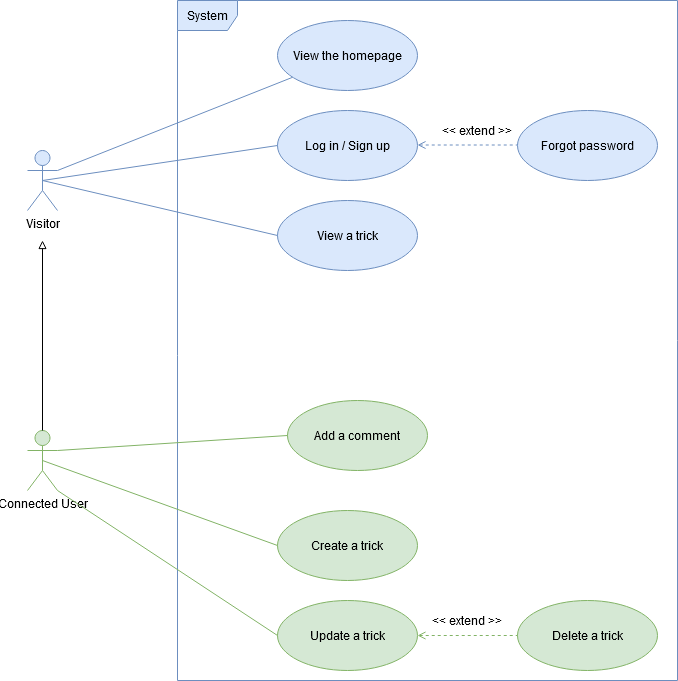
The draw.io diagram diagrams/use case.png in Shiiyo/6-SnowTricks, before a commit. Source tidied: cells renumbered, new cells last; positions are measured from the earlier drawing's top-left corner, leaving out a move shared by most shapes.
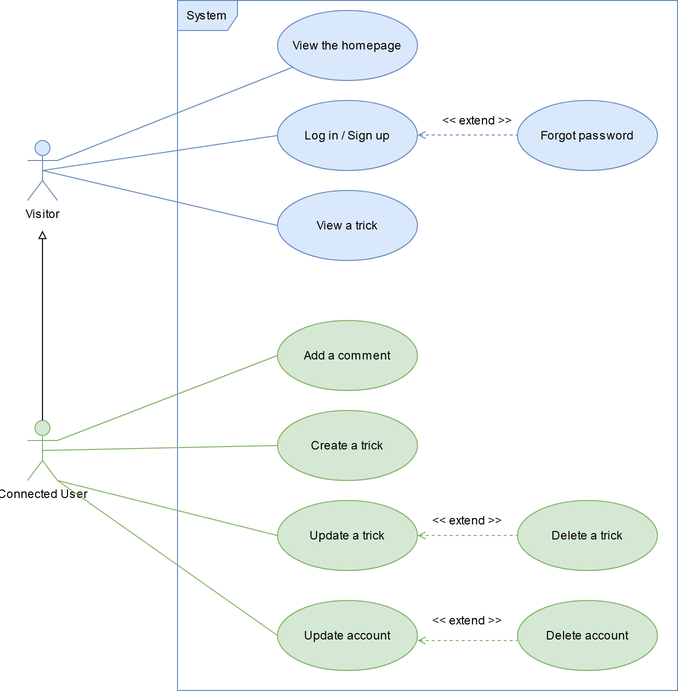
The same file after the commit.

Change to the diagram source:
```diff
@@ -3,7 +3,7 @@
     <mxCell id="0" />
     <mxCell id="1" parent="0" />
     <mxCell id="2" value="System" style="shape=umlFrame;whiteSpace=wrap;html=1;fillColor=#dae8fc;strokeColor=#6c8ebf;" parent="1" vertex="1">
-      <mxGeometry x="150" width="500" height="680" as="geometry" />
+      <mxGeometry x="150" y="10" width="500" height="690" as="geometry" />
     </mxCell>
     <mxCell id="3" value="Visitor" style="shape=umlActor;verticalLabelPosition=bottom;labelBackgroundColor=#ffffff;verticalAlign=top;html=1;fillColor=#dae8fc;strokeColor=#6c8ebf;" parent="1" vertex="1">
       <mxGeometry y="150" width="30" height="60" as="geometry" />
@@ -15,16 +15,16 @@
       <mxGeometry x="250" y="20" width="140" height="70" as="geometry" />
     </mxCell>
     <mxCell id="6" value="Create a trick" style="ellipse;whiteSpace=wrap;html=1;fillColor=#d5e8d4;strokeColor=#82b366;" parent="1" vertex="1">
-      <mxGeometry x="250" y="510" width="140" height="70" as="geometry" />
+      <mxGeometry x="250" y="420" width="140" height="70" as="geometry" />
     </mxCell>
     <mxCell id="7" value="View a trick" style="ellipse;whiteSpace=wrap;html=1;fillColor=#dae8fc;strokeColor=#6c8ebf;" parent="1" vertex="1">
       <mxGeometry x="250" y="200" width="140" height="70" as="geometry" />
     </mxCell>
     <mxCell id="8" value="Update a trick" style="ellipse;whiteSpace=wrap;html=1;fillColor=#d5e8d4;strokeColor=#82b366;" parent="1" vertex="1">
-      <mxGeometry x="250" y="600" width="140" height="70" as="geometry" />
+      <mxGeometry x="250" y="510" width="140" height="70" as="geometry" />
     </mxCell>
     <mxCell id="9" value="Add a comment" style="ellipse;whiteSpace=wrap;html=1;fillColor=#d5e8d4;strokeColor=#82b366;" parent="1" vertex="1">
-      <mxGeometry x="260" y="400" width="140" height="70" as="geometry" />
+      <mxGeometry x="250" y="330" width="140" height="70" as="geometry" />
     </mxCell>
     <mxCell id="10" style="endArrow=none;html=1;exitX=1;exitY=0.3333333333333333;exitDx=0;exitDy=0;exitPerimeter=0;fillColor=#dae8fc;strokeColor=#6c8ebf;" parent="1" edge="1" source="3" target="5">
       <mxGeometry relative="1" as="geometry" />
@@ -42,7 +42,7 @@
       <mxGeometry relative="1" as="geometry" />
     </mxCell>
     <mxCell id="15" value="Delete a trick" style="ellipse;whiteSpace=wrap;html=1;fillColor=#d5e8d4;strokeColor=#82b366;" parent="1" vertex="1">
-      <mxGeometry x="490" y="600" width="140" height="70" as="geometry" />
+      <mxGeometry x="490" y="510" width="140" height="70" as="geometry" />
     </mxCell>
     <mxCell id="16" value="Log in / Sign up" style="ellipse;whiteSpace=wrap;html=1;fillColor=#dae8fc;strokeColor=#6c8ebf;" parent="1" vertex="1">
       <mxGeometry x="250" y="110" width="140" height="70" as="geometry" />
@@ -65,7 +65,7 @@
       <mxGeometry x="490" y="110" width="140" height="70" as="geometry" />
     </mxCell>
     <mxCell id="22" value="&amp;lt;&amp;lt; extend &amp;gt;&amp;gt;" style="text;html=1;strokeColor=none;fillColor=none;align=center;verticalAlign=middle;whiteSpace=wrap;rounded=0;" parent="1" vertex="1">
-      <mxGeometry x="400" y="610" width="80" height="20" as="geometry" />
+      <mxGeometry x="400" y="520" width="80" height="20" as="geometry" />
     </mxCell>
     <mxCell id="23" style="endArrow=none;html=1;entryX=0;entryY=0.5;entryDx=0;entryDy=0;exitX=1;exitY=0.5;exitDx=0;exitDy=0;fillColor=#dae8fc;strokeColor=#6c8ebf;dashed=1;startArrow=open;startFill=0;" parent="1" edge="1">
       <mxGeometry relative="1" as="geometry">
@@ -73,5 +73,25 @@
         <mxPoint x="490" y="144.5" as="targetPoint" />
       </mxGeometry>
     </mxCell>
+    <mxCell id="24" value="Delete account" style="ellipse;whiteSpace=wrap;html=1;fillColor=#d5e8d4;strokeColor=#82b366;" parent="1" vertex="1">
+      <mxGeometry x="490" y="610" width="140" height="70" as="geometry" />
+    </mxCell>
+    <mxCell id="25" value="&amp;lt;&amp;lt; extend &amp;gt;&amp;gt;" style="text;html=1;strokeColor=none;fillColor=none;align=center;verticalAlign=middle;whiteSpace=wrap;rounded=0;" parent="1" vertex="1">
+      <mxGeometry x="400" y="620" width="80" height="20" as="geometry" />
+    </mxCell>
+    <mxCell id="26" style="endArrow=none;html=1;entryX=0;entryY=0.5;entryDx=0;entryDy=0;exitX=1;exitY=0.5;exitDx=0;exitDy=0;fillColor=#d5e8d4;strokeColor=#82b366;dashed=1;startArrow=open;startFill=0;" parent="1" edge="1">
+      <mxGeometry relative="1" as="geometry">
+        <mxPoint x="390" y="650" as="sourcePoint" />
+        <mxPoint x="490" y="650" as="targetPoint" />
+      </mxGeometry>
+    </mxCell>
+    <mxCell id="27" style="endArrow=none;html=1;entryX=0;entryY=0.5;entryDx=0;entryDy=0;exitX=1;exitY=1;exitDx=0;exitDy=0;exitPerimeter=0;fillColor=#d5e8d4;strokeColor=#82b366;" parent="1" edge="1" target="28">
+      <mxGeometry relative="1" as="geometry">
+        <mxPoint x="30" y="490" as="sourcePoint" />
+      </mxGeometry>
+    </mxCell>
+    <mxCell id="28" value="Update account" style="ellipse;whiteSpace=wrap;html=1;fillColor=#d5e8d4;strokeColor=#82b366;" parent="1" vertex="1">
+      <mxGeometry x="250" y="610" width="140" height="70" as="geometry" />
+    </mxCell>
   </root>
 </mxGraphModel>
```
